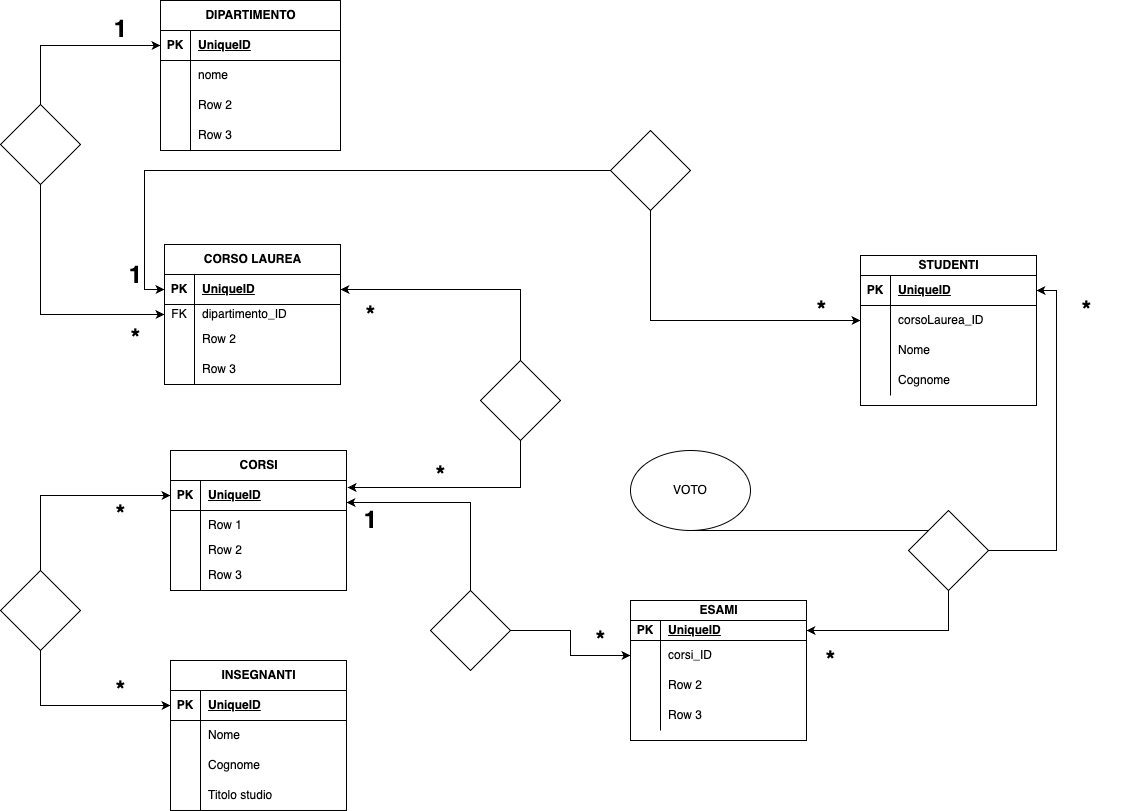
The draw.io diagram Diagramma_UNI2.drawio.png in PietroDeBianchi/db-university, before a commit. Source tidied: cells renumbered, new cells last; positions are measured from the earlier drawing's top-left corner, leaving out a move shared by most shapes.
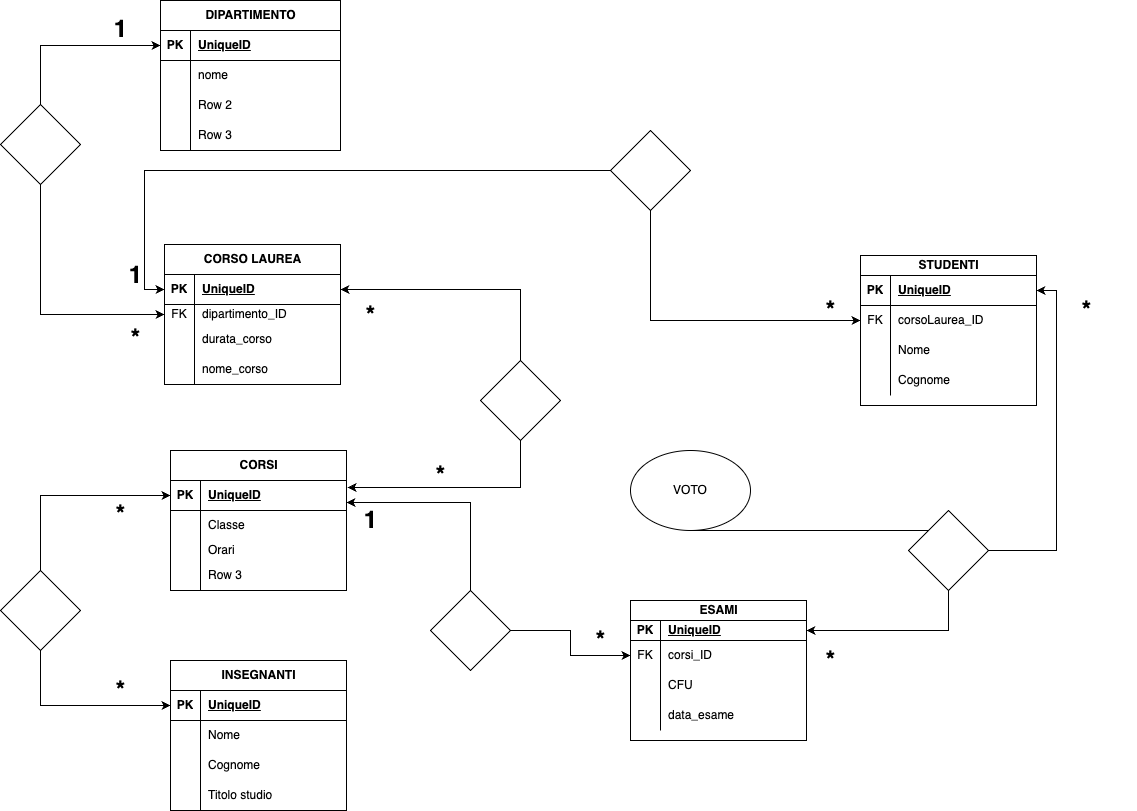
Later version of the same file.

Diff of the diagram source:
```diff
@@ -68,7 +68,7 @@
     <mxCell id="23" style="shape=partialRectangle;fillColor=none;top=0;left=0;bottom=0;right=0;overflow=hidden;whiteSpace=wrap;html=1;" parent="22" vertex="1">
       <mxGeometry width="30" height="30" as="geometry" />
     </mxCell>
-    <mxCell id="24" value="Row 2" style="shape=partialRectangle;fillColor=none;top=0;left=0;bottom=0;right=0;align=left;spacingLeft=6;overflow=hidden;whiteSpace=wrap;html=1;" parent="22" vertex="1">
+    <mxCell id="24" value="durata_corso" style="shape=partialRectangle;fillColor=none;top=0;left=0;bottom=0;right=0;align=left;spacingLeft=6;overflow=hidden;whiteSpace=wrap;html=1;" parent="22" vertex="1">
       <mxGeometry x="30" width="146" height="30" as="geometry" />
     </mxCell>
     <mxCell id="25" style="shape=tableRow;horizontal=0;startSize=0;swimlaneHead=0;swimlaneBody=0;fillColor=none;top=0;left=0;right=0;bottom=0;" parent="15" vertex="1">
@@ -77,7 +77,7 @@
     <mxCell id="26" style="shape=partialRectangle;fillColor=none;top=0;left=0;bottom=0;right=0;overflow=hidden;whiteSpace=wrap;html=1;" parent="25" vertex="1">
       <mxGeometry width="30" height="30" as="geometry" />
     </mxCell>
-    <mxCell id="27" value="Row 3" style="shape=partialRectangle;fillColor=none;top=0;left=0;bottom=0;right=0;align=left;spacingLeft=6;overflow=hidden;whiteSpace=wrap;html=1;" parent="25" vertex="1">
+    <mxCell id="27" value="nome_corso" style="shape=partialRectangle;fillColor=none;top=0;left=0;bottom=0;right=0;align=left;spacingLeft=6;overflow=hidden;whiteSpace=wrap;html=1;" parent="25" vertex="1">
       <mxGeometry x="30" width="146" height="30" as="geometry" />
     </mxCell>
     <mxCell id="28" value="CORSI" style="shape=table;startSize=30;rowLines=0;fontStyle=1;align=center;html=1;" parent="1" vertex="1">
@@ -98,7 +98,7 @@
     <mxCell id="33" style="shape=partialRectangle;fillColor=none;top=0;left=0;bottom=0;right=0;overflow=hidden;whiteSpace=wrap;html=1;" parent="32" vertex="1">
       <mxGeometry width="30" height="30" as="geometry" />
     </mxCell>
-    <mxCell id="34" value="Row 1" style="shape=partialRectangle;fillColor=none;top=0;left=0;bottom=0;right=0;align=left;spacingLeft=6;overflow=hidden;whiteSpace=wrap;html=1;" parent="32" vertex="1">
+    <mxCell id="34" value="Classe" style="shape=partialRectangle;fillColor=none;top=0;left=0;bottom=0;right=0;align=left;spacingLeft=6;overflow=hidden;whiteSpace=wrap;html=1;" parent="32" vertex="1">
       <mxGeometry x="30" width="146" height="30" as="geometry" />
     </mxCell>
     <mxCell id="35" style="shape=tableRow;horizontal=0;startSize=0;swimlaneHead=0;swimlaneBody=0;fillColor=none;top=0;left=0;right=0;bottom=0;" parent="28" vertex="1">
@@ -107,7 +107,7 @@
     <mxCell id="36" style="shape=partialRectangle;fillColor=none;top=0;left=0;bottom=0;right=0;overflow=hidden;whiteSpace=wrap;html=1;" parent="35" vertex="1">
       <mxGeometry width="30" height="20" as="geometry" />
     </mxCell>
-    <mxCell id="37" value="Row 2" style="shape=partialRectangle;fillColor=none;top=0;left=0;bottom=0;right=0;align=left;spacingLeft=6;overflow=hidden;whiteSpace=wrap;html=1;" parent="35" vertex="1">
+    <mxCell id="37" value="Orari" style="shape=partialRectangle;fillColor=none;top=0;left=0;bottom=0;right=0;align=left;spacingLeft=6;overflow=hidden;whiteSpace=wrap;html=1;" parent="35" vertex="1">
       <mxGeometry x="30" width="146" height="20" as="geometry" />
     </mxCell>
     <mxCell id="38" style="shape=tableRow;horizontal=0;startSize=0;swimlaneHead=0;swimlaneBody=0;fillColor=none;top=0;left=0;right=0;bottom=0;" parent="28" vertex="1">
@@ -173,7 +173,7 @@
     <mxCell id="58" style="shape=tableRow;horizontal=0;startSize=0;swimlaneHead=0;swimlaneBody=0;fillColor=none;points=[[0,0.5],[1,0.5]];portConstraint=eastwest;top=0;left=0;right=0;bottom=0;" parent="54" vertex="1">
       <mxGeometry y="40" width="176" height="30" as="geometry" />
     </mxCell>
-    <mxCell id="59" style="shape=partialRectangle;fillColor=none;top=0;left=0;bottom=0;right=0;overflow=hidden;whiteSpace=wrap;html=1;" parent="58" vertex="1">
+    <mxCell id="59" value="FK" style="shape=partialRectangle;fillColor=none;top=0;left=0;bottom=0;right=0;overflow=hidden;whiteSpace=wrap;html=1;" parent="58" vertex="1">
       <mxGeometry width="30" height="30" as="geometry" />
     </mxCell>
     <mxCell id="60" value="corsi_ID" style="shape=partialRectangle;fillColor=none;top=0;left=0;bottom=0;right=0;align=left;spacingLeft=6;overflow=hidden;whiteSpace=wrap;html=1;" parent="58" vertex="1">
@@ -185,7 +185,7 @@
     <mxCell id="62" style="shape=partialRectangle;fillColor=none;top=0;left=0;bottom=0;right=0;overflow=hidden;whiteSpace=wrap;html=1;" parent="61" vertex="1">
       <mxGeometry width="30" height="30" as="geometry" />
     </mxCell>
-    <mxCell id="63" value="Row 2" style="shape=partialRectangle;fillColor=none;top=0;left=0;bottom=0;right=0;align=left;spacingLeft=6;overflow=hidden;whiteSpace=wrap;html=1;" parent="61" vertex="1">
+    <mxCell id="63" value="CFU" style="shape=partialRectangle;fillColor=none;top=0;left=0;bottom=0;right=0;align=left;spacingLeft=6;overflow=hidden;whiteSpace=wrap;html=1;" parent="61" vertex="1">
       <mxGeometry x="30" width="146" height="30" as="geometry" />
     </mxCell>
     <mxCell id="64" style="shape=tableRow;horizontal=0;startSize=0;swimlaneHead=0;swimlaneBody=0;fillColor=none;top=0;left=0;right=0;bottom=0;" parent="54" vertex="1">
@@ -194,7 +194,7 @@
     <mxCell id="65" style="shape=partialRectangle;fillColor=none;top=0;left=0;bottom=0;right=0;overflow=hidden;whiteSpace=wrap;html=1;" parent="64" vertex="1">
       <mxGeometry width="30" height="30" as="geometry" />
     </mxCell>
-    <mxCell id="66" value="Row 3" style="shape=partialRectangle;fillColor=none;top=0;left=0;bottom=0;right=0;align=left;spacingLeft=6;overflow=hidden;whiteSpace=wrap;html=1;" parent="64" vertex="1">
+    <mxCell id="66" value="data_esame" style="shape=partialRectangle;fillColor=none;top=0;left=0;bottom=0;right=0;align=left;spacingLeft=6;overflow=hidden;whiteSpace=wrap;html=1;" parent="64" vertex="1">
       <mxGeometry x="30" width="146" height="30" as="geometry" />
     </mxCell>
     <mxCell id="67" value="STUDENTI" style="shape=table;startSize=20;rowLines=0;fontStyle=1;align=center;html=1;" parent="1" vertex="1">
@@ -212,7 +212,7 @@
     <mxCell id="71" style="shape=tableRow;horizontal=0;startSize=0;swimlaneHead=0;swimlaneBody=0;fillColor=none;points=[[0,0.5],[1,0.5]];portConstraint=eastwest;top=0;left=0;right=0;bottom=0;" parent="67" vertex="1">
       <mxGeometry y="50" width="176" height="30" as="geometry" />
     </mxCell>
-    <mxCell id="72" style="shape=partialRectangle;fillColor=none;top=0;left=0;bottom=0;right=0;overflow=hidden;whiteSpace=wrap;html=1;" parent="71" vertex="1">
+    <mxCell id="72" value="FK" style="shape=partialRectangle;fillColor=none;top=0;left=0;bottom=0;right=0;overflow=hidden;whiteSpace=wrap;html=1;" parent="71" vertex="1">
       <mxGeometry width="30" height="30" as="geometry" />
     </mxCell>
     <mxCell id="73" value="corsoLaurea_ID" style="shape=partialRectangle;fillColor=none;top=0;left=0;bottom=0;right=0;align=left;spacingLeft=6;overflow=hidden;whiteSpace=wrap;html=1;" parent="71" vertex="1">
@@ -291,7 +291,7 @@
       <mxGeometry x="430" y="590" width="80" height="80" as="geometry" />
     </mxCell>
     <mxCell id="98" value="*" style="text;strokeColor=none;fillColor=none;html=1;fontSize=24;fontStyle=1;verticalAlign=middle;align=center;" parent="1" vertex="1">
-      <mxGeometry x="550" y="620" width="100" height="40" as="geometry" />
+      <mxGeometry x="570" y="620" width="60" height="40" as="geometry" />
     </mxCell>
     <mxCell id="99" value="1" style="text;strokeColor=none;fillColor=none;html=1;fontSize=24;fontStyle=1;verticalAlign=middle;align=center;" parent="1" vertex="1">
       <mxGeometry x="320" y="500" width="100" height="40" as="geometry" />
@@ -317,7 +317,7 @@
       <mxGeometry x="110" y="255" width="50" height="40" as="geometry" />
     </mxCell>
     <mxCell id="105" value="*" style="text;strokeColor=none;fillColor=none;html=1;fontSize=24;fontStyle=1;verticalAlign=middle;align=center;" parent="1" vertex="1">
-      <mxGeometry x="771" y="290" width="100" height="40" as="geometry" />
+      <mxGeometry x="810" y="290" width="40" height="40" as="geometry" />
     </mxCell>
     <mxCell id="106" value="*" style="text;strokeColor=none;fillColor=none;html=1;fontSize=24;fontStyle=1;verticalAlign=middle;align=center;" parent="1" vertex="1">
       <mxGeometry x="1036" y="290" width="100" height="40" as="geometry" />
```
